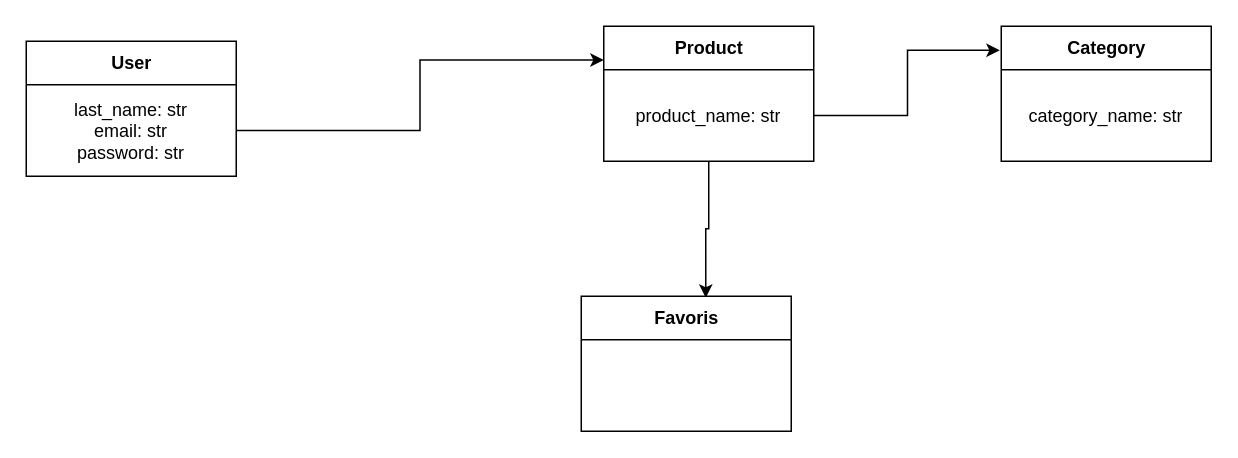
Earlier version of the draw.io diagram documentation/diagramme_entite_association_PureBeurre.drawio (jbbaillet85/PureBeurre). Source tidied: cells renumbered, new cells numbered last; positions are measured from the earlier drawing's top-left corner, leaving out a move shared by most shapes. Both pictures are drawn from the tidied source at 150%, with x=0, y=0 at pixel (26, 26).
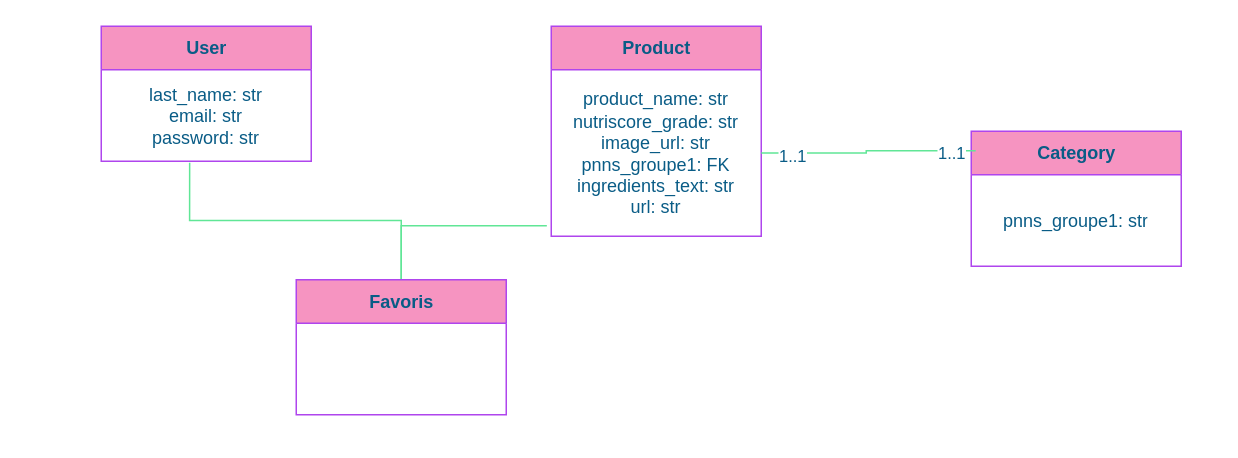
The same diagram, later.

Change to the diagram source:
```diff
@@
 <mxGraphModel>
   <root>
     <mxCell id="0" />
     <mxCell id="1" parent="0" />
-    <mxCell id="2" value="User" style="swimlane;fontStyle=1;align=center;verticalAlign=middle;horizontal=1;startSize=29;html=1;" parent="1" vertex="1">
-      <mxGeometry y="10" width="140" height="90" as="geometry" />
+    <mxCell id="2" value="User" style="swimlane;fontStyle=1;align=center;verticalAlign=middle;horizontal=1;startSize=29;html=1;fillColor=#F694C1;strokeColor=#AF45ED;fontColor=#095C86;" parent="1" vertex="1">
+      <mxGeometry x="50" width="140" height="90" as="geometry" />
     </mxCell>
-    <mxCell id="3" value="last_name: str&lt;br&gt;email: str&lt;br&gt;password: str" style="text;html=1;strokeColor=none;fillColor=none;align=center;verticalAlign=middle;spacingLeft=4;spacingRight=4;overflow=hidden;points=[[0,0.5],[1,0.5]];portConstraint=eastwest;" parent="2" vertex="1">
+    <mxCell id="3" value="last_name: str&lt;br&gt;email: str&lt;br&gt;password: str" style="text;html=1;strokeColor=none;fillColor=none;align=center;verticalAlign=middle;spacingLeft=4;spacingRight=4;overflow=hidden;points=[[0,0.5],[1,0.5]];portConstraint=eastwest;fontColor=#095C86;" parent="2" vertex="1">
       <mxGeometry y="29" width="140" height="61" as="geometry" />
     </mxCell>
-    <mxCell id="4" style="edgeStyle=orthogonalEdgeStyle;rounded=0;jettySize=auto;html=1;entryX=0.593;entryY=0.011;entryDx=0;entryDy=0;entryPerimeter=0;" parent="1" edge="1" source="5" target="7">
-      <mxGeometry relative="1" as="geometry" />
-    </mxCell>
-    <mxCell id="5" value="Product" style="swimlane;fontStyle=1;align=center;verticalAlign=middle;horizontal=1;startSize=29;html=1;" parent="1" vertex="1">
-      <mxGeometry x="385" width="140" height="90" as="geometry" />
+    <mxCell id="5" value="Product" style="swimlane;fontStyle=1;align=center;verticalAlign=middle;horizontal=1;startSize=29;html=1;fillColor=#F694C1;strokeColor=#AF45ED;fontColor=#095C86;" parent="1" vertex="1">
+      <mxGeometry x="350" width="140" height="140" as="geometry" />
     </mxCell>
-    <mxCell id="6" value="product_name: str&lt;br&gt;" style="text;html=1;strokeColor=none;fillColor=none;align=center;verticalAlign=middle;spacingLeft=4;spacingRight=4;overflow=hidden;points=[[0,0.5],[1,0.5]];portConstraint=eastwest;" parent="5" vertex="1">
-      <mxGeometry y="29" width="140" height="61" as="geometry" />
+    <mxCell id="6" value="product_name: str&lt;br&gt;nutriscore_grade: str&lt;br&gt;image_url: str&lt;br&gt;pnns_groupe1: FK&lt;br&gt;ingredients_text: str&lt;br&gt;url: str" style="text;html=1;strokeColor=none;fillColor=none;align=center;verticalAlign=middle;spacingLeft=4;spacingRight=4;overflow=hidden;points=[[0,0.5],[1,0.5]];portConstraint=eastwest;fontColor=#095C86;" parent="5" vertex="1">
+      <mxGeometry y="29" width="140" height="111" as="geometry" />
     </mxCell>
+    <mxCell id="12" style="edgeStyle=orthogonalEdgeStyle;rounded=0;jettySize=auto;html=1;entryX=0.421;entryY=1.016;entryDx=0;entryDy=0;entryPerimeter=0;endArrow=none;endFill=0;strokeColor=#60E696;fontColor=#095C86;" parent="1" edge="1" source="7" target="3">
+      <mxGeometry relative="1" as="geometry" />
+    </mxCell>
+    <mxCell id="13" style="edgeStyle=orthogonalEdgeStyle;rounded=0;jettySize=auto;html=1;entryX=-0.021;entryY=0.937;entryDx=0;entryDy=0;entryPerimeter=0;endArrow=none;endFill=0;strokeColor=#60E696;fontColor=#095C86;" parent="1" edge="1" source="7" target="6">
+      <mxGeometry relative="1" as="geometry" />
+    </mxCell>
-    <mxCell id="7" value="Favoris" style="swimlane;fontStyle=1;align=center;verticalAlign=middle;horizontal=1;startSize=29;html=1;" parent="1" vertex="1">
-      <mxGeometry x="370" y="180" width="140" height="90" as="geometry" />
+    <mxCell id="7" value="Favoris" style="swimlane;fontStyle=1;align=center;verticalAlign=middle;horizontal=1;startSize=29;html=1;fillColor=#F694C1;strokeColor=#AF45ED;fontColor=#095C86;" parent="1" vertex="1">
+      <mxGeometry x="180" y="169" width="140" height="90" as="geometry" />
     </mxCell>
-    <mxCell id="8" value="Category" style="swimlane;fontStyle=1;align=center;verticalAlign=middle;horizontal=1;startSize=29;html=1;" parent="1" vertex="1">
-      <mxGeometry x="650" width="140" height="90" as="geometry" />
+    <mxCell id="8" value="Category" style="swimlane;fontStyle=1;align=center;verticalAlign=middle;horizontal=1;startSize=29;html=1;fillColor=#F694C1;strokeColor=#AF45ED;fontColor=#095C86;" parent="1" vertex="1">
+      <mxGeometry x="630" y="70" width="140" height="90" as="geometry" />
     </mxCell>
-    <mxCell id="9" value="category_name: str" style="text;html=1;strokeColor=none;fillColor=none;align=center;verticalAlign=middle;spacingLeft=4;spacingRight=4;overflow=hidden;" parent="8" vertex="1">
+    <mxCell id="9" value="pnns_groupe1: str" style="text;html=1;strokeColor=none;fillColor=none;align=center;verticalAlign=middle;spacingLeft=4;spacingRight=4;overflow=hidden;fontColor=#095C86;" parent="8" vertex="1">
       <mxGeometry y="29" width="140" height="61" as="geometry" />
     </mxCell>
-    <mxCell id="10" style="edgeStyle=orthogonalEdgeStyle;rounded=0;jettySize=auto;html=1;entryX=0;entryY=0.25;entryDx=0;entryDy=0;" parent="1" edge="1" source="3" target="5">
-      <mxGeometry relative="1" as="geometry" />
-    </mxCell>
-    <mxCell id="11" style="edgeStyle=orthogonalEdgeStyle;rounded=0;jettySize=auto;html=1;entryX=-0.007;entryY=0.178;entryDx=0;entryDy=0;entryPerimeter=0;" parent="1" edge="1" source="6" target="8">
+    <mxCell id="11" style="edgeStyle=orthogonalEdgeStyle;rounded=0;jettySize=auto;html=1;entryX=0.021;entryY=0.144;entryDx=0;entryDy=0;entryPerimeter=0;endArrow=none;endFill=0;strokeColor=#60E696;fontColor=#095C86;" parent="1" edge="1" source="6" target="8">
       <mxGeometry relative="1" as="geometry" />
     </mxCell>
+    <mxCell id="14" value="1..1" style="edgeLabel;html=1;align=center;verticalAlign=middle;fontColor=#095C86;" parent="11" vertex="1">
+      <mxGeometry x="-0.72" y="-1" relative="1" as="geometry">
+        <mxPoint y="1" as="offset" />
+      </mxGeometry>
+    </mxCell>
+    <mxCell id="15" value="1..1" style="edgeLabel;html=1;align=center;verticalAlign=middle;fontColor=#095C86;" parent="11" vertex="1">
+      <mxGeometry x="0.78" y="-2" relative="1" as="geometry">
+        <mxPoint x="-1" as="offset" />
+      </mxGeometry>
+    </mxCell>
   </root>
 </mxGraphModel>
```
